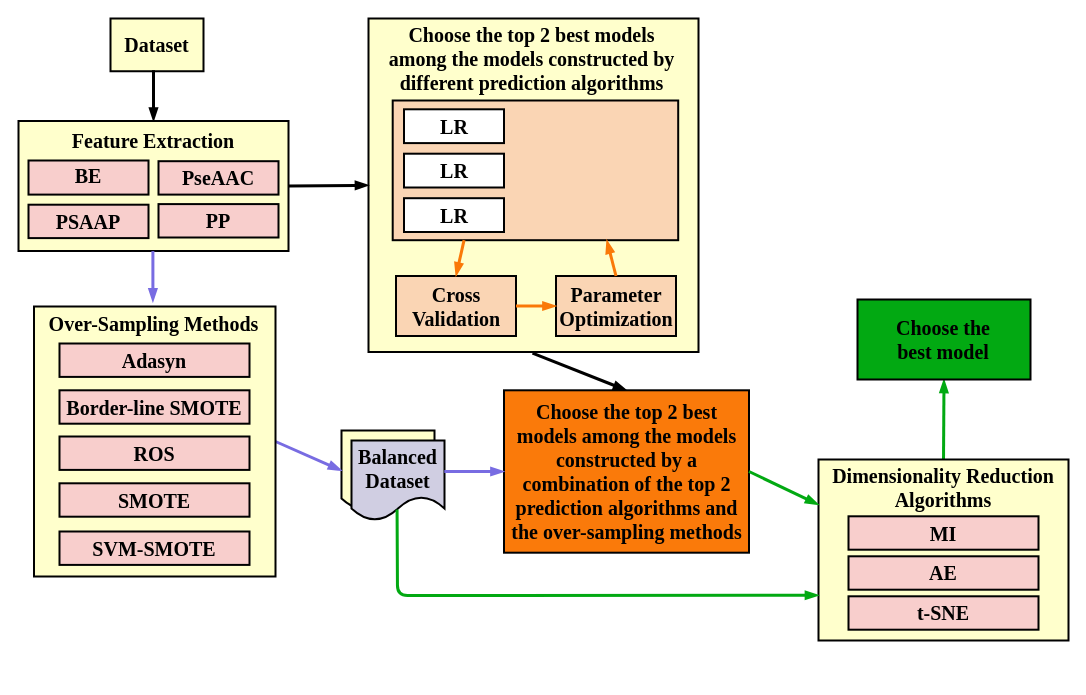
Above: page "第 7 页" (7 of 10) of 块状图.drawio in chenjgui/Flow-chat (draw.io), before the change. Source tidied: cells renumbered, new cells numbered last; positions are measured from the earlier drawing's top-left corner, leaving out a move shared by most shapes. Both pictures are drawn from the tidied source at 100%, with x=0, y=0 at pixel (18, 18).
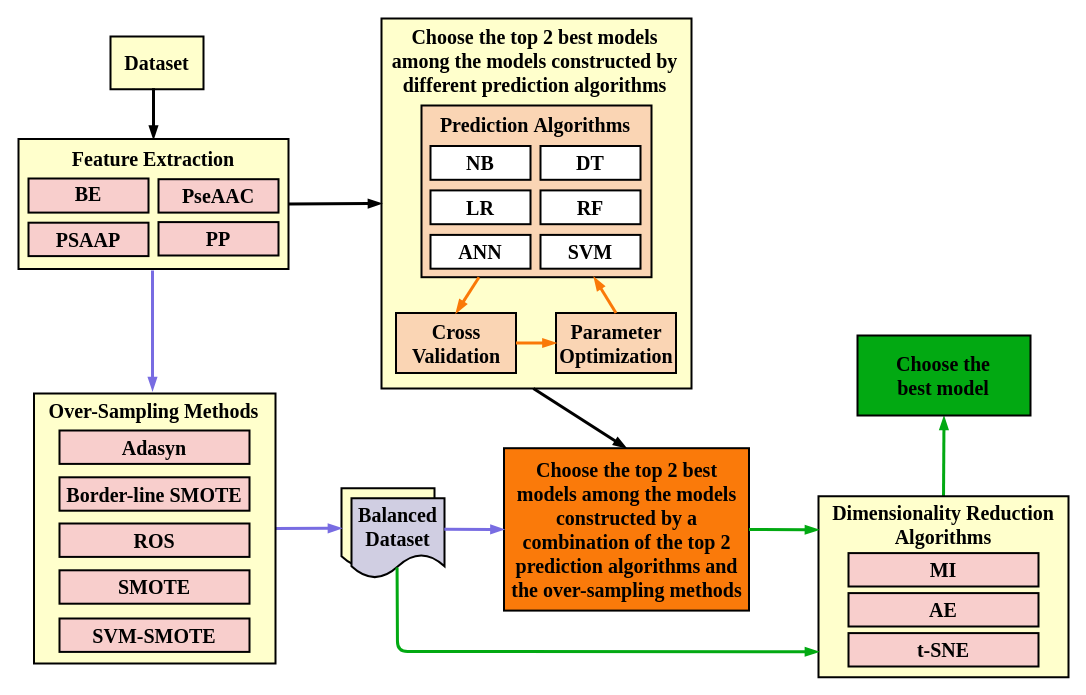
Above is the later version.

The change refers to these unchanged cells:
```xml
<mxCell id="7" value="&lt;font style=&quot;font-size: 20px&quot;&gt;&lt;span&gt;Balanced&lt;br&gt;Dataset&lt;/span&gt;&lt;/font&gt;" style="shape=document;whiteSpace=wrap;html=1;boundedLbl=1;fillColor=#d0cee2;fontFamily=Times New Roman;strokeWidth=2;fontStyle=1;strokeColor=#000000;" parent="5" vertex="1">
  <mxGeometry x="10" y="10" width="93" height="80" as="geometry" />
</mxCell>
<mxCell id="52" style="shape=document;whiteSpace=wrap;html=1;boundedLbl=1;fillColor=#FFFFCC;fontFamily=Times New Roman;strokeWidth=2;fontStyle=1;size=0;" parent="51" vertex="1">
  <mxGeometry width="250" height="181" as="geometry" />
</mxCell>
<mxCell id="53" value="Dimensionality Reduction Algorithms" style="text;html=1;strokeColor=none;fillColor=none;align=center;verticalAlign=middle;whiteSpace=wrap;rounded=0;fontStyle=1;fontSize=20;fontFamily=Times New Roman;" parent="51" vertex="1">
  <mxGeometry x="5" y="3.5" width="240" height="49" as="geometry" />
</mxCell>
<mxCell id="66" style="shape=parallelogram;perimeter=parallelogramPerimeter;whiteSpace=wrap;html=1;strokeColor=#000000;strokeWidth=2;fillColor=#02A912;size=0;" parent="65" vertex="1">
  <mxGeometry width="173" height="80" as="geometry" />
</mxCell>
```

The edit, as a diff of the source:
```diff
@@
     <mxCell id="2" style="shape=document;whiteSpace=wrap;html=1;boundedLbl=1;fillColor=#FFFFCC;fontFamily=Times New Roman;strokeWidth=2;fontStyle=1;size=0;" parent="1" vertex="1">
-      <mxGeometry x="350" width="330" height="333.6" as="geometry" />
+      <mxGeometry x="363" width="310" height="370" as="geometry" />
     </mxCell>
     <mxCell id="3" value="&lt;font style=&quot;font-size: 20px&quot;&gt;&lt;span&gt;Dataset&lt;/span&gt;&lt;/font&gt;" style="shape=document;whiteSpace=wrap;html=1;boundedLbl=1;fillColor=#FFFFCC;fontFamily=Times New Roman;strokeWidth=2;fontStyle=1;size=0;" parent="1" vertex="1">
-      <mxGeometry x="92" width="93" height="52.8" as="geometry" />
+      <mxGeometry x="92" y="18" width="93" height="52.8" as="geometry" />
     </mxCell>
@@
     <mxCell id="5" style="group;" parent="1" vertex="1">
-      <mxGeometry x="323" y="412" width="103" height="90" as="geometry" />
+      <mxGeometry x="323" y="469.8" width="103" height="90" as="geometry" />
     </mxCell>
@@
     <mxCell id="9" style="rounded=0;whiteSpace=wrap;html=1;strokeColor=#000000;strokeWidth=2;fillColor=#FAD5B4;fontColor=#ffffff;" parent="1" vertex="1">
-      <mxGeometry x="374.2" y="82" width="285.5" height="139.7" as="geometry" />
+      <mxGeometry x="403" y="87" width="230" height="171.7" as="geometry" />
     </mxCell>
     <mxCell id="10" value="&lt;b style=&quot;color: rgb(0 , 0 , 0) ; font-family: &amp;#34;times new roman&amp;#34; ; font-size: 20px ; white-space: normal&quot;&gt;Cross&lt;br&gt;Validation&lt;/b&gt;" style="rounded=0;whiteSpace=wrap;html=1;strokeColor=#000000;strokeWidth=2;fillColor=#FAD5B4;fontColor=#ffffff;" parent="1" vertex="1">
-      <mxGeometry x="377.5" y="257.5" width="120" height="60" as="geometry" />
+      <mxGeometry x="377.5" y="294.5" width="120" height="60" as="geometry" />
     </mxCell>
     <mxCell id="11" value="&lt;span style=&quot;color: rgb(0 , 0 , 0) ; font-family: &amp;#34;times new roman&amp;#34; ; font-size: 20px ; font-weight: 700 ; white-space: normal&quot;&gt;Parameter Optimization&lt;/span&gt;" style="rounded=0;whiteSpace=wrap;html=1;strokeColor=#000000;strokeWidth=2;fillColor=#FAD5B4;fontColor=#ffffff;" parent="1" vertex="1">
-      <mxGeometry x="537.5" y="257.5" width="120" height="60" as="geometry" />
+      <mxGeometry x="537.5" y="294.5" width="120" height="60" as="geometry" />
     </mxCell>
@@
     <mxCell id="15" style="shape=document;whiteSpace=wrap;html=1;boundedLbl=1;fillColor=#FFFFCC;fontFamily=Times New Roman;strokeWidth=2;fontStyle=1;size=0;" parent="1" vertex="1">
-      <mxGeometry y="102.6" width="270" height="130" as="geometry" />
+      <mxGeometry y="120.6" width="270" height="130" as="geometry" />
     </mxCell>
     <mxCell id="16" style="rounded=0;whiteSpace=wrap;html=1;fillColor=#f8cecc;strokeColor=#000000;strokeWidth=2;" parent="1" vertex="1">
-      <mxGeometry x="10" y="142" width="120" height="34.1" as="geometry" />
+      <mxGeometry x="10" y="160" width="120" height="34.1" as="geometry" />
     </mxCell>
     <mxCell id="17" value="BE" style="text;html=1;strokeColor=none;fillColor=none;align=center;verticalAlign=middle;whiteSpace=wrap;rounded=0;fontStyle=1;fontSize=20;fontFamily=Times New Roman;" parent="1" vertex="1">
-      <mxGeometry x="12.9" y="147" width="114.2" height="20" as="geometry" />
+      <mxGeometry x="12.9" y="165" width="114.2" height="20" as="geometry" />
     </mxCell>
     <mxCell id="18" style="group;strokeWidth=2;" parent="1" vertex="1">
-      <mxGeometry x="140" y="142.7" width="120" height="33.4" as="geometry" />
+      <mxGeometry x="140" y="160.7" width="120" height="33.4" as="geometry" />
     </mxCell>
@@
     <mxCell id="21" style="rounded=0;whiteSpace=wrap;html=1;fillColor=#f8cecc;strokeColor=#000000;strokeWidth=2;" parent="1" vertex="1">
-      <mxGeometry x="10" y="186.2" width="120" height="33.4" as="geometry" />
+      <mxGeometry x="10" y="204.2" width="120" height="33.4" as="geometry" />
     </mxCell>
     <mxCell id="22" value="PSAAP" style="text;html=1;strokeColor=none;fillColor=none;align=center;verticalAlign=middle;whiteSpace=wrap;rounded=0;fontStyle=1;fontSize=20;fontFamily=Times New Roman;" parent="1" vertex="1">
-      <mxGeometry x="20" y="191.5" width="100" height="22.8" as="geometry" />
+      <mxGeometry x="20" y="209.5" width="100" height="22.8" as="geometry" />
     </mxCell>
@@
     <mxCell id="24" value="&lt;div&gt;&lt;font color=&quot;#000000&quot; face=&quot;times new roman&quot;&gt;&lt;span style=&quot;font-size: 20px&quot;&gt;&lt;b&gt;Choose the top 2 best models among the models constructed by a combination of the top 2&lt;/b&gt;&lt;/span&gt;&lt;/font&gt;&lt;/div&gt;&lt;div&gt;&lt;font color=&quot;#000000&quot; face=&quot;times new roman&quot;&gt;&lt;span style=&quot;font-size: 20px&quot;&gt;&lt;b&gt;prediction algorithms and the over-sampling methods&lt;/b&gt;&lt;/span&gt;&lt;/font&gt;&lt;/div&gt;" style="rounded=0;whiteSpace=wrap;html=1;strokeColor=#000000;strokeWidth=2;fillColor=#FA7A0A;fontColor=#ffffff;" parent="1" vertex="1">
-      <mxGeometry x="485.5" y="371.8" width="245" height="162.4" as="geometry" />
+      <mxGeometry x="485.5" y="429.7" width="245" height="162.4" as="geometry" />
     </mxCell>
@@
-    <mxCell id="26" style="endArrow=blockThin;html=1;strokeWidth=3;endFill=1;fontFamily=Times New Roman;fontStyle=1;strokeColor=#000000;entryX=0.5;entryY=0;entryDx=0;entryDy=0;exitX=0.497;exitY=1.003;exitDx=0;exitDy=0;exitPerimeter=0;" parent="1" edge="1" source="2" target="24">
+    <mxCell id="26" style="endArrow=blockThin;html=1;strokeWidth=3;endFill=1;fontFamily=Times New Roman;fontStyle=1;strokeColor=#000000;entryX=0.5;entryY=0;entryDx=0;entryDy=0;exitX=0.49;exitY=1;exitDx=0;exitDy=0;exitPerimeter=0;" parent="1" edge="1" source="2" target="24">
       <mxGeometry relative="1" as="geometry" />
     </mxCell>
     <mxCell id="27" value="Choose&amp;nbsp;the&amp;nbsp;top&amp;nbsp;2&amp;nbsp;best&amp;nbsp;models&lt;br&gt;among&amp;nbsp;the&amp;nbsp;models&amp;nbsp;constructed&amp;nbsp;by&lt;br&gt;different&amp;nbsp;prediction&amp;nbsp;algorithms" style="text;html=1;strokeColor=none;fillColor=none;align=center;verticalAlign=middle;whiteSpace=wrap;rounded=0;fontStyle=1;fontSize=20;fontFamily=Times New Roman;" parent="1" vertex="1">
-      <mxGeometry x="367.2" y="6.6" width="292.5" height="67.2" as="geometry" />
+      <mxGeometry x="370.2" y="8.6" width="292.5" height="67.2" as="geometry" />
     </mxCell>
     <mxCell id="28" style="group;strokeWidth=2;" parent="1" vertex="1">
-      <mxGeometry x="140" y="185.6" width="120" height="33.4" as="geometry" />
+      <mxGeometry x="140" y="203.6" width="120" height="33.4" as="geometry" />
     </mxCell>
@@
     <mxCell id="31" value="Feature Extraction" style="text;html=1;strokeColor=none;fillColor=none;align=center;verticalAlign=middle;whiteSpace=wrap;rounded=0;fontStyle=1;fontSize=20;fontFamily=Times New Roman;" parent="1" vertex="1">
-      <mxGeometry x="15" y="108.6" width="240" height="26.2" as="geometry" />
+      <mxGeometry x="15" y="126.6" width="240" height="26.2" as="geometry" />
     </mxCell>
     <mxCell id="32" style="shape=document;whiteSpace=wrap;html=1;boundedLbl=1;fillColor=#FFFFCC;fontFamily=Times New Roman;strokeWidth=2;fontStyle=1;size=0;" parent="1" vertex="1">
-      <mxGeometry x="15.5" y="288" width="241.5" height="270" as="geometry" />
+      <mxGeometry x="15.5" y="375" width="241.5" height="270" as="geometry" />
     </mxCell>
     <mxCell id="33" value="Over-Sampling&amp;nbsp;Methods" style="text;html=1;strokeColor=none;fillColor=none;align=center;verticalAlign=middle;whiteSpace=wrap;rounded=0;fontStyle=1;fontSize=20;fontFamily=Times New Roman;" parent="1" vertex="1">
-      <mxGeometry x="18.8" y="292" width="233" height="26" as="geometry" />
+      <mxGeometry x="18.8" y="379" width="233" height="26" as="geometry" />
     </mxCell>
     <mxCell id="34" style="group;strokeWidth=2;" parent="1" vertex="1">
-      <mxGeometry x="41" y="325" width="190" height="33.4" as="geometry" />
+      <mxGeometry x="41" y="412" width="190" height="33.4" as="geometry" />
     </mxCell>
@@
     <mxCell id="37" style="group;strokeWidth=2;" parent="1" vertex="1">
-      <mxGeometry x="41" y="371.8" width="190" height="33.4" as="geometry" />
+      <mxGeometry x="41" y="458.8" width="190" height="33.4" as="geometry" />
     </mxCell>
@@
     <mxCell id="40" style="group;strokeWidth=2;" parent="1" vertex="1">
-      <mxGeometry x="41" y="418" width="190" height="33.4" as="geometry" />
+      <mxGeometry x="41" y="505" width="190" height="33.4" as="geometry" />
     </mxCell>
@@
     <mxCell id="43" style="group;strokeWidth=2;" parent="1" vertex="1">
-      <mxGeometry x="41" y="464.8" width="190" height="33.4" as="geometry" />
+      <mxGeometry x="41" y="551.8" width="190" height="33.4" as="geometry" />
     </mxCell>
@@
     <mxCell id="46" style="group;strokeWidth=2;" parent="1" vertex="1">
-      <mxGeometry x="39" y="511" width="190" height="33.4" as="geometry" />
+      <mxGeometry x="39" y="598" width="190" height="33.4" as="geometry" />
     </mxCell>
@@
-    <mxCell id="49" style="endArrow=none;html=1;strokeWidth=3;endFill=0;fontFamily=Times New Roman;fontStyle=1;exitX=0.5;exitY=0;exitDx=0;exitDy=0;startArrow=blockThin;startFill=1;entryX=0.462;entryY=0.981;entryDx=0;entryDy=0;entryPerimeter=0;strokeColor=#786CE2;" parent="1" edge="1">
+    <mxCell id="49" style="endArrow=none;html=1;strokeWidth=3;endFill=0;fontFamily=Times New Roman;fontStyle=1;startArrow=blockThin;startFill=1;strokeColor=#786CE2;" parent="1" edge="1">
       <mxGeometry relative="1" as="geometry">
-        <mxPoint x="134.4" y="283.4" as="sourcePoint" />
-        <mxPoint x="134.4" y="232.6" as="targetPoint" />
+        <mxPoint x="134" y="372" as="sourcePoint" />
+        <mxPoint x="134" y="252" as="targetPoint" />
       </mxGeometry>
     </mxCell>
-    <mxCell id="50" style="endArrow=blockThin;html=1;strokeWidth=3;endFill=1;fontFamily=Times New Roman;fontStyle=1;strokeColor=#02A912;exitX=0.5;exitY=0;exitDx=0;exitDy=0;entryX=0.5;entryY=1;entryDx=0;entryDy=0;" parent="1" edge="1" source="53" target="66">
-      <mxGeometry relative="1" as="geometry" />
+    <mxCell id="50" style="endArrow=blockThin;html=1;strokeWidth=3;endFill=1;fontFamily=Times New Roman;fontStyle=1;strokeColor=#02A912;exitX=0.5;exitY=0;exitDx=0;exitDy=0;entryX=0.5;entryY=1;entryDx=0;entryDy=0;" parent="1" edge="1" source="53">
+      <mxGeometry relative="1" as="geometry">
+        <mxPoint x="925.5" y="397.8" as="targetPoint" />
+      </mxGeometry>
     </mxCell>
     <mxCell id="51" style="group;" parent="1" vertex="1">
-      <mxGeometry x="800" y="441" width="250" height="181" as="geometry" />
+      <mxGeometry x="800" y="477.8" width="250" height="181" as="geometry" />
     </mxCell>
@@
-    <mxCell id="63" style="endArrow=blockThin;html=1;strokeWidth=3;endFill=1;fontFamily=Times New Roman;fontStyle=1;exitX=0.49;exitY=0.864;exitDx=0;exitDy=0;exitPerimeter=0;strokeColor=#02A912;entryX=0;entryY=0.75;entryDx=0;entryDy=0;" parent="1" edge="1" source="7" target="52">
+    <mxCell id="63" style="endArrow=blockThin;html=1;strokeWidth=3;endFill=1;fontFamily=Times New Roman;fontStyle=1;exitX=0.49;exitY=0.864;exitDx=0;exitDy=0;exitPerimeter=0;strokeColor=#02A912;entryX=0;entryY=0.859;entryDx=0;entryDy=0;entryPerimeter=0;" parent="1" edge="1" source="7" target="52">
       <mxGeometry relative="1" as="geometry">
         <Array as="points">
-          <mxPoint x="379" y="577" />
+          <mxPoint x="379" y="633" />
         </Array>
       </mxGeometry>
     </mxCell>
-    <mxCell id="64" style="endArrow=blockThin;html=1;strokeWidth=3;endFill=1;fontFamily=Times New Roman;fontStyle=1;strokeColor=#02A912;entryX=0;entryY=0.25;entryDx=0;entryDy=0;exitX=1;exitY=0.5;exitDx=0;exitDy=0;" parent="1" edge="1" source="24" target="52">
+    <mxCell id="64" style="endArrow=blockThin;html=1;strokeWidth=3;endFill=1;fontFamily=Times New Roman;fontStyle=1;strokeColor=#02A912;entryX=0;entryY=0.185;entryDx=0;entryDy=0;exitX=1;exitY=0.5;exitDx=0;exitDy=0;entryPerimeter=0;" parent="1" edge="1" source="24" target="52">
       <mxGeometry relative="1" as="geometry" />
     </mxCell>
     <mxCell id="65" style="group;" parent="1" vertex="1">
-      <mxGeometry x="839" y="281" width="173" height="80" as="geometry" />
+      <mxGeometry x="839" y="317" width="173" height="80" as="geometry" />
     </mxCell>
@@
-    <mxCell id="69" value="LR" style="text;html=1;align=center;verticalAlign=middle;whiteSpace=wrap;rounded=0;fontStyle=1;fontSize=20;fontFamily=Times New Roman;strokeWidth=2;fillColor=#ffffff;strokeColor=#000000;" parent="1" vertex="1">
-      <mxGeometry x="385.5" y="179.7" width="100" height="33.8" as="geometry" />
+    <mxCell id="69" value="ANN" style="text;html=1;align=center;verticalAlign=middle;whiteSpace=wrap;rounded=0;fontStyle=1;fontSize=20;fontFamily=Times New Roman;strokeWidth=2;fillColor=#ffffff;strokeColor=#000000;" parent="1" vertex="1">
+      <mxGeometry x="412" y="216.4" width="100" height="33.8" as="geometry" />
     </mxCell>
     <mxCell id="70" value="LR" style="text;html=1;align=center;verticalAlign=middle;whiteSpace=wrap;rounded=0;fontStyle=1;fontSize=20;fontFamily=Times New Roman;strokeWidth=2;fillColor=#ffffff;strokeColor=#000000;" parent="1" vertex="1">
-      <mxGeometry x="385.5" y="135.2" width="100" height="33.8" as="geometry" />
+      <mxGeometry x="412" y="171.9" width="100" height="33.8" as="geometry" />
     </mxCell>
-    <mxCell id="71" value="LR" style="text;html=1;align=center;verticalAlign=middle;whiteSpace=wrap;rounded=0;fontStyle=1;fontSize=20;fontFamily=Times New Roman;strokeWidth=2;fillColor=#ffffff;strokeColor=#000000;" parent="1" vertex="1">
-      <mxGeometry x="385.5" y="90.8" width="100" height="33.8" as="geometry" />
+    <mxCell id="71" value="NB" style="text;html=1;align=center;verticalAlign=middle;whiteSpace=wrap;rounded=0;fontStyle=1;fontSize=20;fontFamily=Times New Roman;strokeWidth=2;fillColor=#ffffff;strokeColor=#000000;" parent="1" vertex="1">
+      <mxGeometry x="412" y="127.5" width="100" height="33.8" as="geometry" />
     </mxCell>
+    <mxCell id="72" value="SVM" style="text;html=1;align=center;verticalAlign=middle;whiteSpace=wrap;rounded=0;fontStyle=1;fontSize=20;fontFamily=Times New Roman;strokeWidth=2;fillColor=#ffffff;strokeColor=#000000;" parent="1" vertex="1">
+      <mxGeometry x="522" y="216.4" width="100" height="33.8" as="geometry" />
+    </mxCell>
+    <mxCell id="73" value="RF" style="text;html=1;align=center;verticalAlign=middle;whiteSpace=wrap;rounded=0;fontStyle=1;fontSize=20;fontFamily=Times New Roman;strokeWidth=2;fillColor=#ffffff;strokeColor=#000000;" parent="1" vertex="1">
+      <mxGeometry x="522" y="171.9" width="100" height="33.8" as="geometry" />
+    </mxCell>
+    <mxCell id="74" value="DT" style="text;html=1;align=center;verticalAlign=middle;whiteSpace=wrap;rounded=0;fontStyle=1;fontSize=20;fontFamily=Times New Roman;strokeWidth=2;fillColor=#ffffff;strokeColor=#000000;" parent="1" vertex="1">
+      <mxGeometry x="522" y="127.5" width="100" height="33.8" as="geometry" />
+    </mxCell>
+    <mxCell id="75" value="Prediction&amp;nbsp;Algorithms" style="text;html=1;strokeColor=none;fillColor=none;align=center;verticalAlign=middle;whiteSpace=wrap;rounded=0;fontStyle=1;fontSize=20;fontFamily=Times New Roman;" parent="1" vertex="1">
+      <mxGeometry x="396.5" y="93" width="240" height="26.2" as="geometry" />
+    </mxCell>
```
